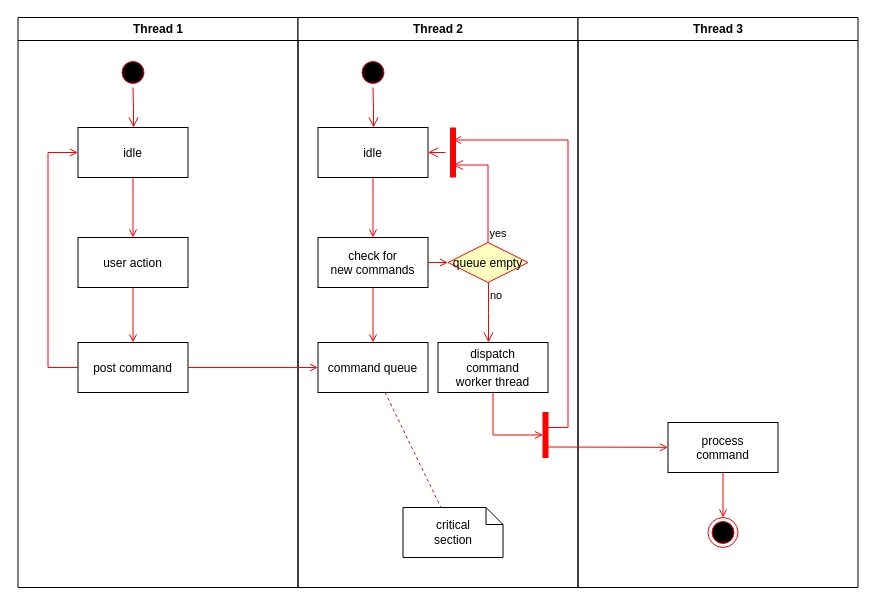
Earlier version of the draw.io diagram Untitled Diagram.drawio (Nukaraju2003/UML_diagrams). Source tidied: cells renumbered, new cells numbered last; positions are measured from the earlier drawing's top-left corner, leaving out a move shared by most shapes. Both pictures are drawn from the tidied source at 100%, with x=0, y=0 at pixel (17, 17).
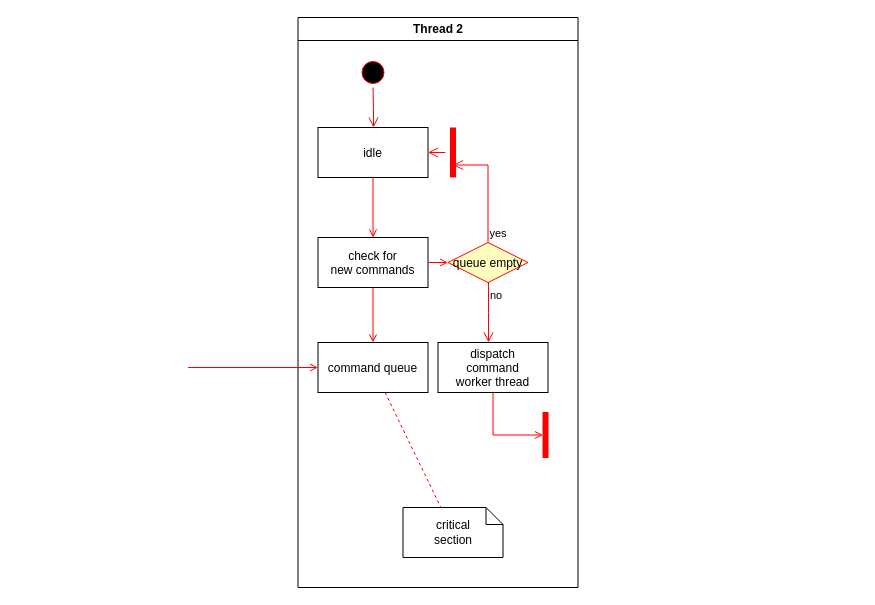
After the change.

Commit message:
Activity diagram for library management system.drawio

The change refers to these unchanged cells:
```xml
<mxCell id="17" value="command queue" parent="11" vertex="1">
  <mxGeometry x="20" y="325" width="110" height="50" as="geometry" />
</mxCell>
<mxCell id="23" style="shape=line;strokeWidth=6;strokeColor=#ff0000;rotation=90;" parent="11" vertex="1">
  <mxGeometry x="130" y="127.5" width="50" height="15" as="geometry" />
</mxCell>
```

What changed in the source:
```diff
@@
-    <mxCell id="2" value="Thread 1" style="swimlane;whiteSpace=wrap;" parent="1" vertex="1">
-      <mxGeometry x="0.5" width="280" height="570" as="geometry" />
-    </mxCell>
-    <mxCell id="3" style="ellipse;shape=startState;fillColor=#000000;strokeColor=#ff0000;" parent="2" vertex="1">
-      <mxGeometry x="100" y="40" width="30" height="30" as="geometry" />
-    </mxCell>
-    <mxCell id="4" style="edgeStyle=elbowEdgeStyle;elbow=horizontal;verticalAlign=bottom;endArrow=open;endSize=8;strokeColor=#FF0000;endFill=1;rounded=0;" parent="2" edge="1" source="3" target="5">
-      <mxGeometry x="100" y="40" as="geometry" />
-    </mxCell>
-    <mxCell id="5" value="idle" parent="2" vertex="1">
-      <mxGeometry x="60" y="110" width="110" height="50" as="geometry" />
-    </mxCell>
-    <mxCell id="6" value="user action" parent="2" vertex="1">
-      <mxGeometry x="60" y="220" width="110" height="50" as="geometry" />
-    </mxCell>
-    <mxCell id="7" style="endArrow=open;strokeColor=#FF0000;endFill=1;rounded=0;" parent="2" edge="1" source="5" target="6">
-      <mxGeometry relative="1" as="geometry" />
-    </mxCell>
-    <mxCell id="8" value="post command" parent="2" vertex="1">
-      <mxGeometry x="60" y="325" width="110" height="50" as="geometry" />
-    </mxCell>
-    <mxCell id="9" style="endArrow=open;strokeColor=#FF0000;endFill=1;rounded=0;" parent="2" edge="1" source="6" target="8">
-      <mxGeometry relative="1" as="geometry" />
-    </mxCell>
-    <mxCell id="10" style="edgeStyle=elbowEdgeStyle;elbow=horizontal;strokeColor=#FF0000;endArrow=open;endFill=1;rounded=0;" parent="2" edge="1" source="8" target="5">
-      <mxGeometry relative="1" as="geometry">
-        <Array as="points">
-          <mxPoint x="30" y="250" />
-        </Array>
-      </mxGeometry>
-    </mxCell>
@@
-    <mxCell id="30" value="Thread 3" style="swimlane;whiteSpace=wrap;" parent="1" vertex="1">
-      <mxGeometry x="560.5" width="280" height="570" as="geometry" />
-    </mxCell>
-    <mxCell id="31" value="process&#10;command" parent="30" vertex="1">
-      <mxGeometry x="90" y="405" width="110" height="50" as="geometry" />
-    </mxCell>
-    <mxCell id="32" style="edgeStyle=elbowEdgeStyle;elbow=horizontal;strokeColor=#FF0000;endArrow=open;endFill=1;rounded=0;entryX=0.25;entryY=0.5;entryPerimeter=0;" parent="30" edge="1" target="23">
-      <mxGeometry relative="1" as="geometry">
-        <mxPoint x="-30" y="410" as="sourcePoint" />
-        <Array as="points">
-          <mxPoint x="-10" y="135" />
-        </Array>
-      </mxGeometry>
-    </mxCell>
-    <mxCell id="33" style="edgeStyle=none;strokeColor=#FF0000;endArrow=open;endFill=1;rounded=0;" parent="30" edge="1" target="31">
-      <mxGeometry relative="1" as="geometry">
-        <mxPoint x="-30" y="429.5" as="sourcePoint" />
-      </mxGeometry>
-    </mxCell>
-    <mxCell id="34" style="ellipse;shape=endState;fillColor=#000000;strokeColor=#ff0000;" parent="30" vertex="1">
-      <mxGeometry x="130" y="500" width="30" height="30" as="geometry" />
-    </mxCell>
-    <mxCell id="35" style="endArrow=open;strokeColor=#FF0000;endFill=1;rounded=0;" parent="30" edge="1" source="31" target="34">
-      <mxGeometry relative="1" as="geometry" />
-    </mxCell>
-    <mxCell id="36" style="endArrow=open;strokeColor=#FF0000;endFill=1;rounded=0;" parent="1" edge="1" source="8" target="17">
-      <mxGeometry relative="1" as="geometry" />
+    <mxCell id="36" style="endArrow=open;strokeColor=#FF0000;endFill=1;rounded=0;" parent="1" edge="1" target="17">
+      <mxGeometry relative="1" as="geometry">
+        <mxPoint x="170.5" y="350" as="sourcePoint" />
+      </mxGeometry>
     </mxCell>
```
